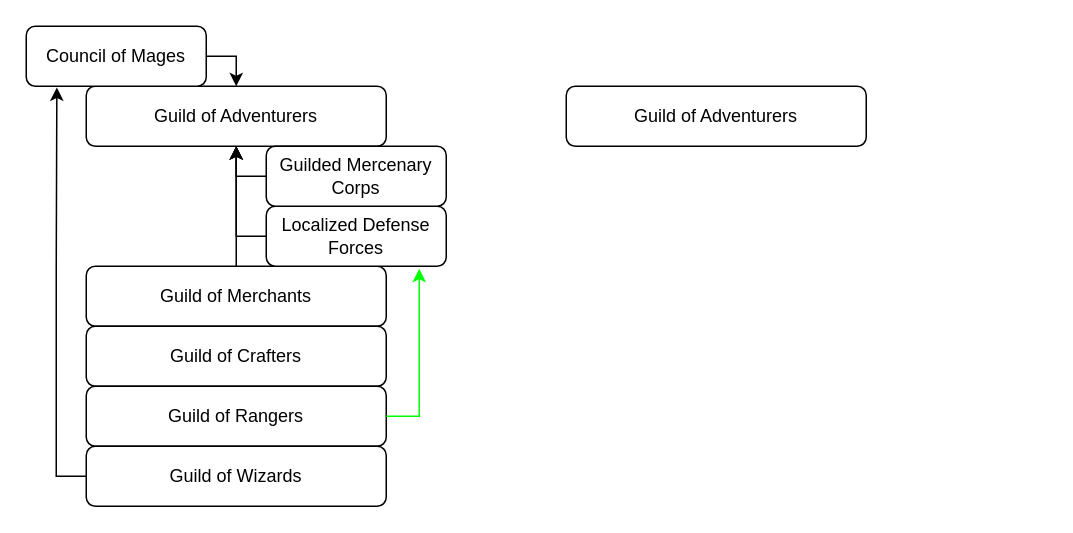
Earlier version of the draw.io diagram MEDIA/SUPP/alatermenianStructures.drawio (craftingcity/The-Known-World). Source tidied: cells renumbered, new cells numbered last; positions are measured from the earlier drawing's top-left corner, leaving out a move shared by most shapes. Both pictures are drawn from the tidied source at 150%, with x=0, y=0 at pixel (26, 26).
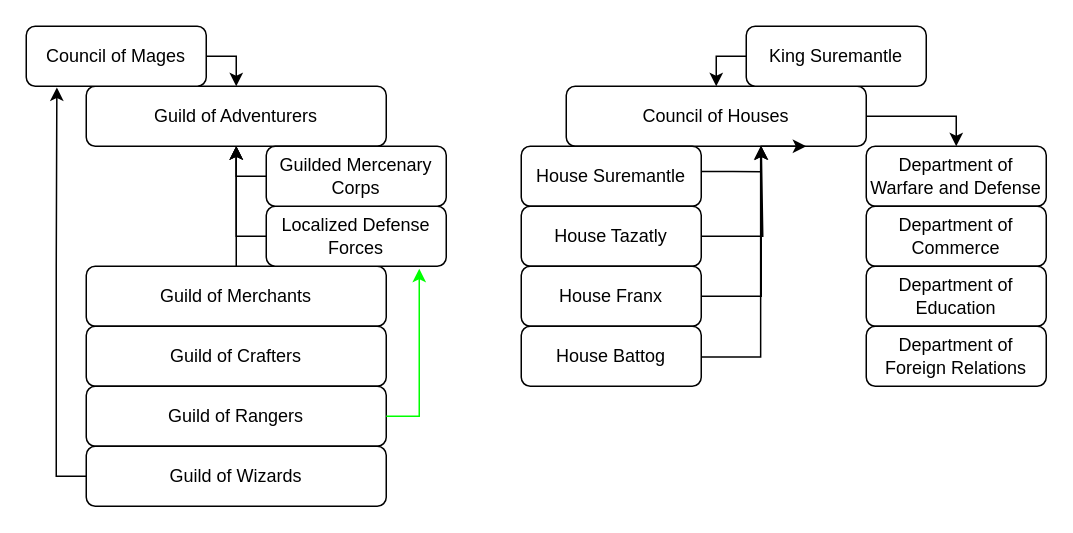
Above is the later version.

The edit, as a diff of the source:
```diff
@@
+    <mxCell id="17" style="edgeStyle=orthogonalEdgeStyle;rounded=0;jettySize=auto;html=1;exitX=1;exitY=0.5;exitDx=0;exitDy=0;" parent="1" edge="1" source="16" target="28">
+      <mxGeometry relative="1" as="geometry" />
+    </mxCell>
-    <mxCell id="16" value="Guild of Adventurers" style="rounded=1;whiteSpace=wrap;html=1;" parent="1" vertex="1">
+    <mxCell id="16" value="Council of Houses" style="rounded=1;whiteSpace=wrap;html=1;" parent="1" vertex="1">
       <mxGeometry x="360" y="40" width="200" height="40" as="geometry" />
     </mxCell>
+    <mxCell id="18" style="edgeStyle=orthogonalEdgeStyle;rounded=0;jettySize=auto;html=1;exitX=0;exitY=0.5;exitDx=0;exitDy=0;entryX=0.5;entryY=0;entryDx=0;entryDy=0;" parent="1" edge="1" source="19" target="16">
+      <mxGeometry relative="1" as="geometry" />
+    </mxCell>
+    <mxCell id="19" value="King Suremantle" style="rounded=1;whiteSpace=wrap;html=1;" parent="1" vertex="1">
+      <mxGeometry x="480" width="120" height="40" as="geometry" />
+    </mxCell>
+    <mxCell id="20" value="House Suremantle" style="rounded=1;whiteSpace=wrap;html=1;" parent="1" vertex="1">
+      <mxGeometry x="330" y="80" width="120" height="40" as="geometry" />
+    </mxCell>
+    <mxCell id="21" style="edgeStyle=orthogonalEdgeStyle;rounded=0;orthogonalLoop=1;jettySize=auto;html=1;exitX=1;exitY=0.5;exitDx=0;exitDy=0;" parent="1" edge="1">
+      <mxGeometry relative="1" as="geometry">
+        <mxPoint x="420" y="140" as="sourcePoint" />
+        <mxPoint x="490" y="80" as="targetPoint" />
+        <Array as="points">
+          <mxPoint x="491" y="140" />
+          <mxPoint x="491" y="80" />
+        </Array>
+      </mxGeometry>
+    </mxCell>
+    <mxCell id="22" value="House Tazatly" style="rounded=1;whiteSpace=wrap;html=1;" parent="1" vertex="1">
+      <mxGeometry x="330" y="120" width="120" height="40" as="geometry" />
+    </mxCell>
+    <mxCell id="23" style="edgeStyle=orthogonalEdgeStyle;rounded=0;jettySize=auto;html=1;exitX=1;exitY=0.5;exitDx=0;exitDy=0;" parent="1" edge="1" source="24">
+      <mxGeometry relative="1" as="geometry">
+        <mxPoint x="520" y="80" as="targetPoint" />
+        <Array as="points">
+          <mxPoint x="490" y="180" />
+          <mxPoint x="490" y="80" />
+        </Array>
+      </mxGeometry>
+    </mxCell>
+    <mxCell id="24" value="House Franx" style="rounded=1;whiteSpace=wrap;html=1;" parent="1" vertex="1">
+      <mxGeometry x="330" y="160" width="120" height="40" as="geometry" />
+    </mxCell>
+    <mxCell id="25" style="edgeStyle=orthogonalEdgeStyle;rounded=0;orthogonalLoop=1;jettySize=auto;html=1;exitX=1;exitY=0.5;exitDx=0;exitDy=0;" parent="1" edge="1">
+      <mxGeometry relative="1" as="geometry">
+        <mxPoint x="450" y="96.8" as="sourcePoint" />
+        <mxPoint x="490" y="80" as="targetPoint" />
+        <Array as="points">
+          <mxPoint x="471" y="97" />
+          <mxPoint x="490" y="97" />
+        </Array>
+      </mxGeometry>
+    </mxCell>
+    <mxCell id="26" value="House Battog" style="rounded=1;whiteSpace=wrap;html=1;" parent="1" vertex="1">
+      <mxGeometry x="330" y="200" width="120" height="40" as="geometry" />
+    </mxCell>
+    <mxCell id="27" style="edgeStyle=orthogonalEdgeStyle;rounded=0;orthogonalLoop=1;jettySize=auto;html=1;exitX=1;exitY=0.5;exitDx=0;exitDy=0;entryX=0.798;entryY=0.987;entryDx=0;entryDy=0;entryPerimeter=0;" parent="1" edge="1">
+      <mxGeometry relative="1" as="geometry">
+        <mxPoint x="450" y="220.5" as="sourcePoint" />
+        <mxPoint x="489.6" y="80" as="targetPoint" />
+        <Array as="points">
+          <mxPoint x="490" y="220.5" />
+        </Array>
+      </mxGeometry>
+    </mxCell>
+    <mxCell id="28" value="Department of Warfare and Defense" style="rounded=1;whiteSpace=wrap;html=1;" parent="1" vertex="1">
+      <mxGeometry x="560" y="80" width="120" height="40" as="geometry" />
+    </mxCell>
+    <mxCell id="29" value="Department of Commerce" style="rounded=1;whiteSpace=wrap;html=1;" parent="1" vertex="1">
+      <mxGeometry x="560" y="120" width="120" height="40" as="geometry" />
+    </mxCell>
+    <mxCell id="30" value="Department of Education" style="rounded=1;whiteSpace=wrap;html=1;" parent="1" vertex="1">
+      <mxGeometry x="560" y="160" width="120" height="40" as="geometry" />
+    </mxCell>
+    <mxCell id="31" value="Department of Foreign Relations" style="rounded=1;whiteSpace=wrap;html=1;" parent="1" vertex="1">
+      <mxGeometry x="560" y="200" width="120" height="40" as="geometry" />
+    </mxCell>
```
